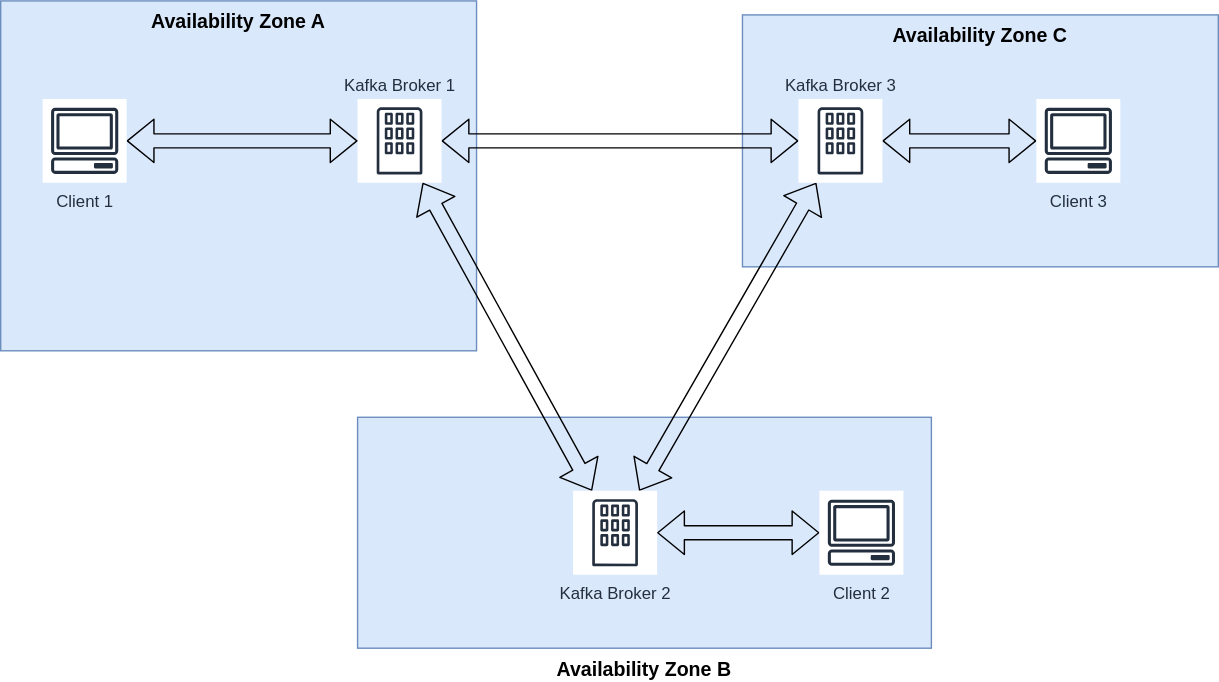
Above: diagrams/benchmark-system-setup.drawio.svg in paseaf/kafka-benchmarking (draw.io), before the change. Source tidied: cells renumbered, new cells last; positions are measured from the earlier drawing's top-left corner, leaving out a move shared by most shapes.
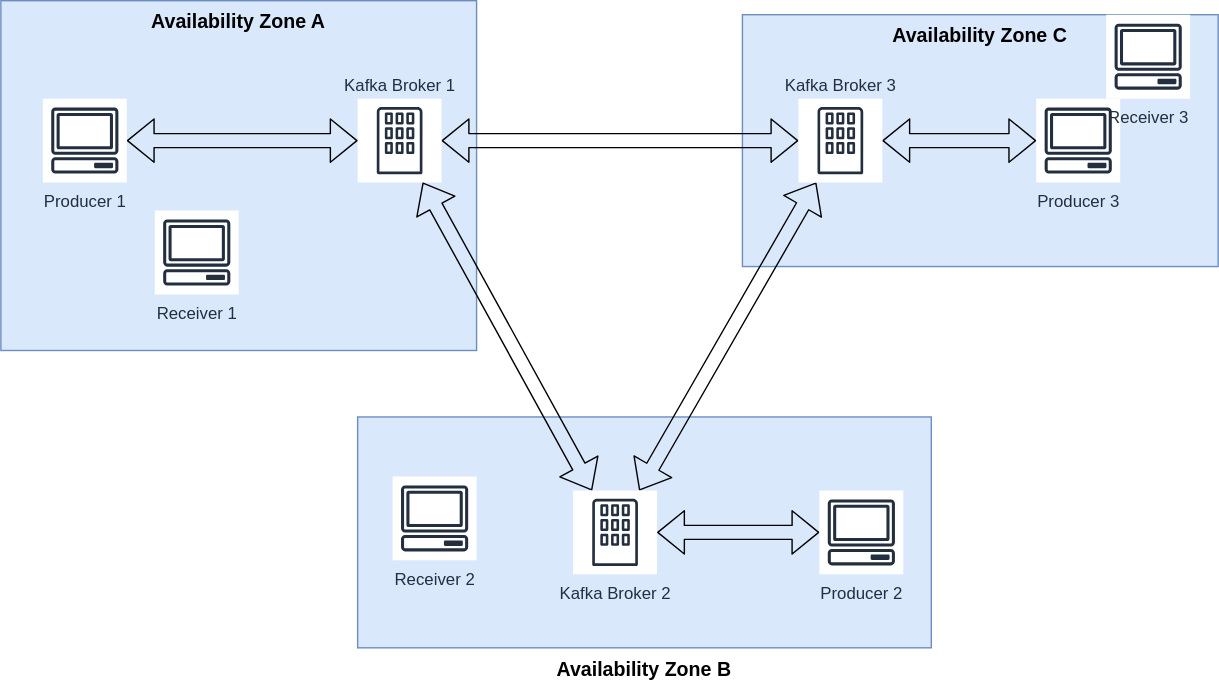
Above is the later version.

The edit, as a diff of the source:
```diff
@@ -20,13 +20,13 @@
     <mxCell id="7" style="edgeStyle=none;html=1;shape=flexArrow;startArrow=block;" parent="1" edge="1" source="8" target="6">
       <mxGeometry relative="1" as="geometry" />
     </mxCell>
-    <mxCell id="8" value="Client 1" style="outlineConnect=0;fontColor=#232F3E;gradientColor=none;strokeColor=#232F3E;fillColor=#ffffff;dashed=0;verticalLabelPosition=bottom;verticalAlign=top;align=center;html=1;fontSize=12;fontStyle=0;shape=mxgraph.aws4.resourceIcon;resIcon=mxgraph.aws4.client;" parent="1" vertex="1">
+    <mxCell id="8" value="Producer 1" style="outlineConnect=0;fontColor=#232F3E;gradientColor=none;strokeColor=#232F3E;fillColor=#ffffff;dashed=0;verticalLabelPosition=bottom;verticalAlign=top;align=center;html=1;fontSize=12;fontStyle=0;shape=mxgraph.aws4.resourceIcon;resIcon=mxgraph.aws4.client;" parent="1" vertex="1">
       <mxGeometry x="30" y="70" width="60" height="60" as="geometry" />
     </mxCell>
     <mxCell id="9" style="edgeStyle=none;shape=flexArrow;html=1;startArrow=block;" parent="1" edge="1" source="15" target="10">
       <mxGeometry relative="1" as="geometry" />
     </mxCell>
-    <mxCell id="10" value="Client 3" style="outlineConnect=0;fontColor=#232F3E;gradientColor=none;strokeColor=#232F3E;fillColor=#ffffff;dashed=0;verticalLabelPosition=bottom;verticalAlign=top;align=center;html=1;fontSize=12;fontStyle=0;shape=mxgraph.aws4.resourceIcon;resIcon=mxgraph.aws4.client;" parent="1" vertex="1">
+    <mxCell id="10" value="Producer 3" style="outlineConnect=0;fontColor=#232F3E;gradientColor=none;strokeColor=#232F3E;fillColor=#ffffff;dashed=0;verticalLabelPosition=bottom;verticalAlign=top;align=center;html=1;fontSize=12;fontStyle=0;shape=mxgraph.aws4.resourceIcon;resIcon=mxgraph.aws4.client;" parent="1" vertex="1">
       <mxGeometry x="740" y="70" width="60" height="60" as="geometry" />
     </mxCell>
     <mxCell id="11" style="edgeStyle=none;html=1;shape=flexArrow;startArrow=block;" parent="1" edge="1" source="14" target="6">
@@ -44,8 +44,17 @@
     <mxCell id="15" value="Kafka Broker 3" style="outlineConnect=0;fontColor=#232F3E;gradientColor=none;strokeColor=#232F3E;fillColor=#ffffff;dashed=0;verticalLabelPosition=top;verticalAlign=bottom;align=center;html=1;fontSize=12;fontStyle=0;shape=mxgraph.aws4.resourceIcon;resIcon=mxgraph.aws4.corporate_data_center;labelPosition=center;" parent="1" vertex="1">
       <mxGeometry x="570" y="70" width="60" height="60" as="geometry" />
     </mxCell>
-    <mxCell id="16" value="Client 2" style="outlineConnect=0;fontColor=#232F3E;gradientColor=none;strokeColor=#232F3E;fillColor=#ffffff;dashed=0;verticalLabelPosition=bottom;verticalAlign=top;align=center;html=1;fontSize=12;fontStyle=0;shape=mxgraph.aws4.resourceIcon;resIcon=mxgraph.aws4.client;" parent="1" vertex="1">
+    <mxCell id="16" value="Producer 2" style="outlineConnect=0;fontColor=#232F3E;gradientColor=none;strokeColor=#232F3E;fillColor=#ffffff;dashed=0;verticalLabelPosition=bottom;verticalAlign=top;align=center;html=1;fontSize=12;fontStyle=0;shape=mxgraph.aws4.resourceIcon;resIcon=mxgraph.aws4.client;" parent="1" vertex="1">
       <mxGeometry x="585" y="350" width="60" height="60" as="geometry" />
     </mxCell>
+    <mxCell id="17" value="Receiver 1" style="fontColor=#232F3E;gradientColor=none;strokeColor=#232F3E;fillColor=#ffffff;dashed=0;verticalLabelPosition=bottom;verticalAlign=top;align=center;html=1;fontSize=12;fontStyle=0;shape=mxgraph.aws4.resourceIcon;resIcon=mxgraph.aws4.client;" parent="1" vertex="1">
+      <mxGeometry x="110" y="150" width="60" height="60" as="geometry" />
+    </mxCell>
+    <mxCell id="18" value="Receiver 2&lt;br&gt;" style="fontColor=#232F3E;gradientColor=none;strokeColor=#232F3E;fillColor=#ffffff;dashed=0;verticalLabelPosition=bottom;verticalAlign=top;align=center;html=1;fontSize=12;fontStyle=0;shape=mxgraph.aws4.resourceIcon;resIcon=mxgraph.aws4.client;" parent="1" vertex="1">
+      <mxGeometry x="280" y="340" width="60" height="60" as="geometry" />
+    </mxCell>
+    <mxCell id="19" value="Receiver 3" style="fontColor=#232F3E;gradientColor=none;strokeColor=#232F3E;fillColor=#ffffff;dashed=0;verticalLabelPosition=bottom;verticalAlign=top;align=center;html=1;fontSize=12;fontStyle=0;shape=mxgraph.aws4.resourceIcon;resIcon=mxgraph.aws4.client;" parent="1" vertex="1">
+      <mxGeometry x="790" y="10" width="60" height="60" as="geometry" />
+    </mxCell>
   </root>
 </mxGraphModel>
```
